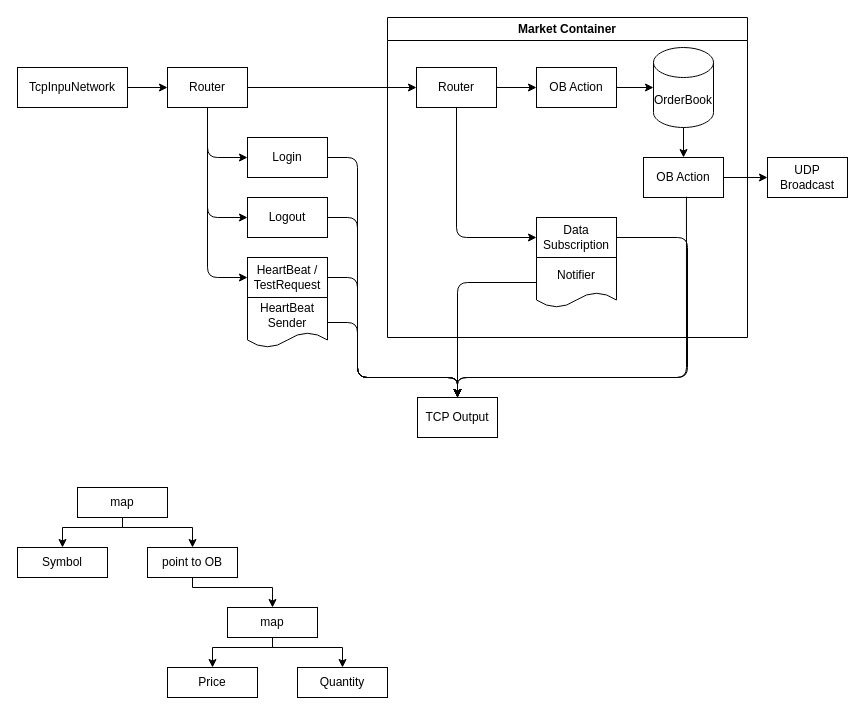
Before: page "Server Archi" (1 of 3) of schema.drawio in DipStax/FIX4.2-protocol, a draw.io diagram. Source tidied: cells renumbered, new cells numbered last; positions are measured from the earlier drawing's top-left corner, leaving out a move shared by most shapes. Both pictures are drawn from the tidied source at 100%, with x=0, y=0 at pixel (17, 17).
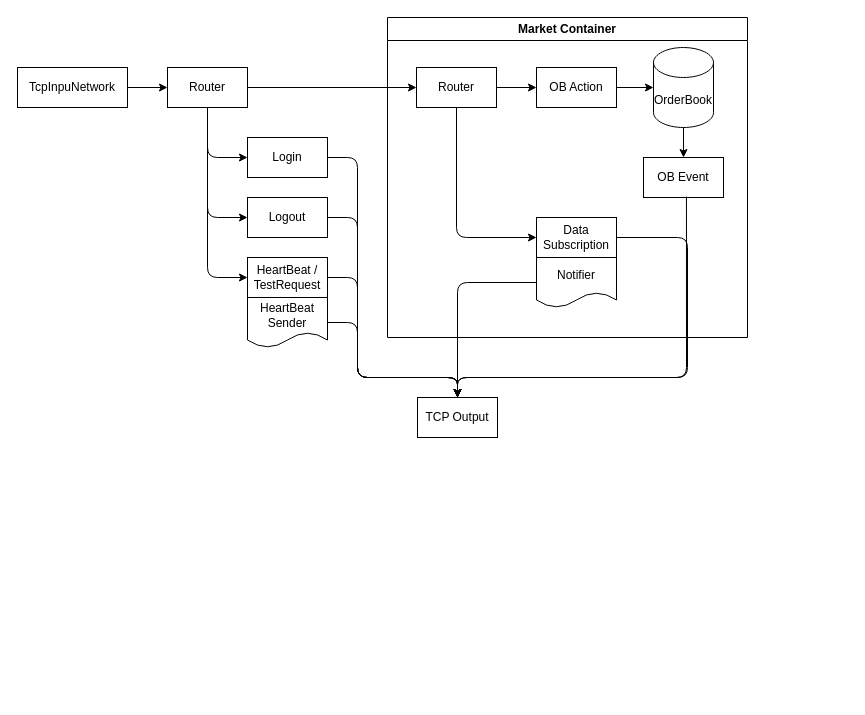
The same diagram, later.

Unchanged cells that the change refers to:
```xml
<mxCell id="28" value="Market Container" style="swimlane;whiteSpace=wrap;html=1;" parent="1" vertex="1">
  <mxGeometry x="370" width="360" height="320" as="geometry" />
</mxCell>
```

Change to the diagram source:
```diff
@@
-    <mxCell id="2" value="Symbol" style="rounded=0;whiteSpace=wrap;html=1;" parent="1" vertex="1">
-      <mxGeometry y="530" width="90" height="30" as="geometry" />
-    </mxCell>
-    <mxCell id="3" style="edgeStyle=orthogonalEdgeStyle;rounded=0;jettySize=auto;html=1;entryX=0.5;entryY=0;entryDx=0;entryDy=0;" parent="1" edge="1" source="5" target="2">
-      <mxGeometry relative="1" as="geometry">
-        <Array as="points">
-          <mxPoint x="105" y="510" />
-          <mxPoint x="45" y="510" />
-        </Array>
-      </mxGeometry>
-    </mxCell>
-    <mxCell id="4" style="edgeStyle=orthogonalEdgeStyle;rounded=0;jettySize=auto;html=1;entryX=0.5;entryY=0;entryDx=0;entryDy=0;" parent="1" edge="1" source="5" target="7">
-      <mxGeometry relative="1" as="geometry">
-        <Array as="points">
-          <mxPoint x="105" y="510" />
-          <mxPoint x="175" y="510" />
-        </Array>
-      </mxGeometry>
-    </mxCell>
-    <mxCell id="5" value="map" style="rounded=0;whiteSpace=wrap;html=1;" parent="1" vertex="1">
-      <mxGeometry x="60" y="470" width="90" height="30" as="geometry" />
-    </mxCell>
-    <mxCell id="6" style="edgeStyle=orthogonalEdgeStyle;rounded=0;jettySize=auto;html=1;" parent="1" edge="1" source="7" target="10">
-      <mxGeometry relative="1" as="geometry">
-        <Array as="points">
-          <mxPoint x="175" y="570" />
-          <mxPoint x="255" y="570" />
-        </Array>
-      </mxGeometry>
-    </mxCell>
-    <mxCell id="7" value="point to OB" style="rounded=0;whiteSpace=wrap;html=1;" parent="1" vertex="1">
-      <mxGeometry x="130" y="530" width="90" height="30" as="geometry" />
-    </mxCell>
-    <mxCell id="8" style="edgeStyle=orthogonalEdgeStyle;rounded=0;jettySize=auto;html=1;entryX=0.5;entryY=0;entryDx=0;entryDy=0;" parent="1" edge="1" source="10" target="11">
-      <mxGeometry relative="1" as="geometry">
-        <Array as="points">
-          <mxPoint x="255" y="630" />
-          <mxPoint x="195" y="630" />
-        </Array>
-      </mxGeometry>
-    </mxCell>
-    <mxCell id="9" style="edgeStyle=orthogonalEdgeStyle;rounded=0;jettySize=auto;html=1;entryX=0.5;entryY=0;entryDx=0;entryDy=0;" parent="1" edge="1" source="10" target="12">
-      <mxGeometry relative="1" as="geometry">
-        <Array as="points">
-          <mxPoint x="255" y="630" />
-          <mxPoint x="325" y="630" />
-        </Array>
-      </mxGeometry>
-    </mxCell>
-    <mxCell id="10" value="map" style="rounded=0;whiteSpace=wrap;html=1;" parent="1" vertex="1">
-      <mxGeometry x="210" y="590" width="90" height="30" as="geometry" />
-    </mxCell>
-    <mxCell id="11" value="Price" style="rounded=0;whiteSpace=wrap;html=1;" parent="1" vertex="1">
-      <mxGeometry x="150" y="650" width="90" height="30" as="geometry" />
-    </mxCell>
-    <mxCell id="12" value="Quantity" style="rounded=0;whiteSpace=wrap;html=1;" parent="1" vertex="1">
-      <mxGeometry x="280" y="650" width="90" height="30" as="geometry" />
-    </mxCell>
@@
-    <mxCell id="33" value="OB Action" style="rounded=0;whiteSpace=wrap;html=1;" parent="28" vertex="1">
+    <mxCell id="33" value="OB Event" style="rounded=0;whiteSpace=wrap;html=1;" parent="28" vertex="1">
       <mxGeometry x="256" y="140" width="80" height="40" as="geometry" />
     </mxCell>
@@
-    <mxCell id="40" value="UDP Broadcast" style="rounded=0;whiteSpace=wrap;html=1;" parent="1" vertex="1">
-      <mxGeometry x="750" y="140" width="80" height="40" as="geometry" />
-    </mxCell>
@@
-    <mxCell id="43" style="edgeStyle=none;html=1;" parent="1" edge="1" source="33" target="40">
-      <mxGeometry relative="1" as="geometry" />
-    </mxCell>
```
